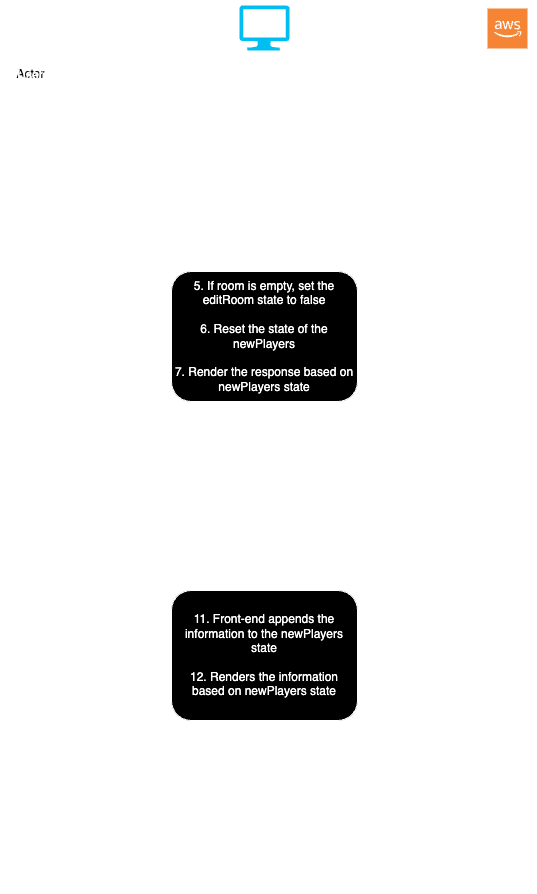
Earlier version of the draw.io export createNewRoomFlow.png (mattboentoro/ThisOrThatDocumentation). Source tidied: cells renumbered, new cells last; positions are measured from the earlier drawing's top-left corner, leaving out a move shared by most shapes.
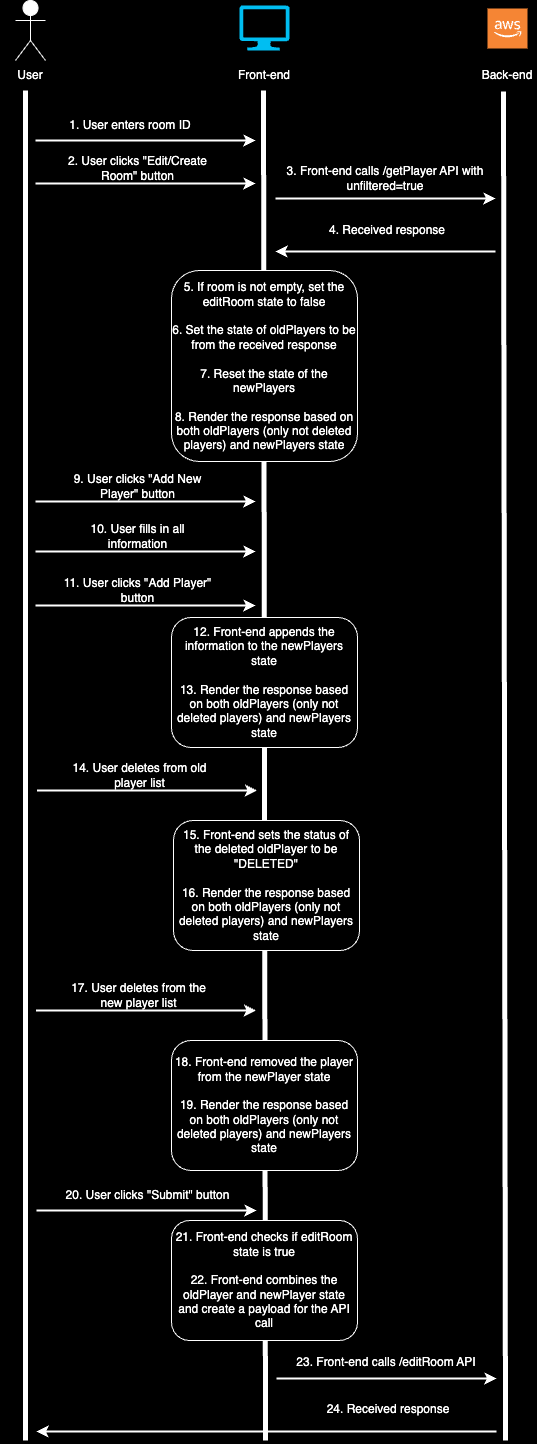
Later version of the same file.

The edit, as a diff of the source:
```diff
@@ -1,22 +1,22 @@
-<mxGraphModel>
+<mxGraphModel background="#000000">
   <root>
     <mxCell id="0" />
     <mxCell id="1" parent="0" />
     <mxCell id="2" style="endArrow=none;html=1;rounded=0;strokeColor=#FFFFFF;strokeWidth=5;" parent="1" edge="1">
       <mxGeometry relative="1" as="geometry">
-        <mxPoint x="25" y="890" as="sourcePoint" />
+        <mxPoint x="25" y="1440" as="sourcePoint" />
         <mxPoint x="25" y="90" as="targetPoint" />
       </mxGeometry>
     </mxCell>
     <mxCell id="3" style="endArrow=none;html=1;rounded=0;strokeColor=#FFFFFF;strokeWidth=5;" parent="1" edge="1">
       <mxGeometry relative="1" as="geometry">
-        <mxPoint x="265" y="890" as="sourcePoint" />
+        <mxPoint x="265" y="1440" as="sourcePoint" />
         <mxPoint x="263" y="90" as="targetPoint" />
       </mxGeometry>
     </mxCell>
     <mxCell id="4" style="endArrow=none;html=1;rounded=0;strokeColor=#FFFFFF;strokeWidth=5;" parent="1" edge="1">
       <mxGeometry relative="1" as="geometry">
-        <mxPoint x="505" y="890" as="sourcePoint" />
+        <mxPoint x="505" y="1440" as="sourcePoint" />
         <mxPoint x="503" y="91" as="targetPoint" />
       </mxGeometry>
     </mxCell>
@@ -65,35 +65,35 @@
     <mxCell id="16" value="&lt;font color=&quot;#ffffff&quot;&gt;4. Received response&lt;/font&gt;" style="text;strokeColor=none;align=center;fillColor=none;html=1;verticalAlign=middle;whiteSpace=wrap;rounded=0;" parent="1" vertex="1">
       <mxGeometry x="287" y="215" width="200" height="30" as="geometry" />
     </mxCell>
-    <mxCell id="17" value="&lt;font color=&quot;#ffffff&quot;&gt;5. If room is empty, set the editRoom state to false&lt;/font&gt;&lt;div&gt;&lt;font color=&quot;#ffffff&quot;&gt;&lt;br&gt;&lt;/font&gt;&lt;/div&gt;&lt;div&gt;&lt;font color=&quot;#ffffff&quot;&gt;6. Reset the state of the newPlayers&lt;br&gt;&lt;/font&gt;&lt;div&gt;&lt;font color=&quot;#ffffff&quot;&gt;&lt;br&gt;&lt;/font&gt;&lt;/div&gt;&lt;div&gt;&lt;font color=&quot;#ffffff&quot;&gt;7. Render the response based on newPlayers state&lt;/font&gt;&lt;/div&gt;&lt;/div&gt;" style="rounded=1;whiteSpace=wrap;html=1;perimeterSpacing=4;strokeColor=#FFFFFF;fillColor=#000000;" parent="1" vertex="1">
-      <mxGeometry x="171" y="271" width="186" height="130" as="geometry" />
+    <mxCell id="17" value="&lt;font color=&quot;#ffffff&quot;&gt;5. If room is not empty, set the editRoom state to false&lt;/font&gt;&lt;div&gt;&lt;font color=&quot;#ffffff&quot;&gt;&lt;br&gt;&lt;/font&gt;&lt;/div&gt;&lt;div&gt;&lt;font color=&quot;#ffffff&quot;&gt;6. Set the state of oldPlayers to be from the received response&lt;br&gt;&lt;/font&gt;&lt;div&gt;&lt;font color=&quot;#ffffff&quot;&gt;&lt;br&gt;&lt;/font&gt;&lt;/div&gt;&lt;div&gt;&lt;font color=&quot;#ffffff&quot;&gt;7. Reset the state of the newPlayers&lt;br&gt;&lt;/font&gt;&lt;div&gt;&lt;font color=&quot;#ffffff&quot;&gt;&lt;br&gt;&lt;/font&gt;&lt;/div&gt;&lt;div&gt;&lt;font color=&quot;#ffffff&quot;&gt;8. Render the response based on both oldPlayers (only not deleted players) and newPlayers state&lt;/font&gt;&lt;/div&gt;&lt;/div&gt;&lt;/div&gt;" style="rounded=1;whiteSpace=wrap;html=1;perimeterSpacing=4;strokeColor=#FFFFFF;fillColor=#000000;" parent="1" vertex="1">
+      <mxGeometry x="171" y="270" width="186" height="191" as="geometry" />
     </mxCell>
     <mxCell id="18" style="endArrow=classic;html=1;rounded=0;strokeColor=#FFFFFF;strokeWidth=2;" parent="1" edge="1">
       <mxGeometry relative="1" as="geometry">
-        <mxPoint x="35" y="446" as="sourcePoint" />
-        <mxPoint x="255" y="446" as="targetPoint" />
+        <mxPoint x="35" y="501" as="sourcePoint" />
+        <mxPoint x="255" y="501" as="targetPoint" />
       </mxGeometry>
     </mxCell>
-    <mxCell id="19" value="&lt;font color=&quot;#ffffff&quot;&gt;8. User clicks &quot;Add New Player&quot; button&lt;/font&gt;" style="text;strokeColor=none;align=center;fillColor=none;html=1;verticalAlign=middle;whiteSpace=wrap;rounded=0;" parent="1" vertex="1">
-      <mxGeometry x="60" y="416" width="155" height="30" as="geometry" />
+    <mxCell id="19" value="&lt;font color=&quot;#ffffff&quot;&gt;9. User clicks &quot;Add New Player&quot; button&lt;/font&gt;" style="text;strokeColor=none;align=center;fillColor=none;html=1;verticalAlign=middle;whiteSpace=wrap;rounded=0;" parent="1" vertex="1">
+      <mxGeometry x="60" y="471" width="155" height="30" as="geometry" />
     </mxCell>
     <mxCell id="20" style="endArrow=classic;html=1;rounded=0;strokeColor=#FFFFFF;strokeWidth=2;" parent="1" edge="1">
       <mxGeometry relative="1" as="geometry">
-        <mxPoint x="275" y="811" as="sourcePoint" />
-        <mxPoint x="495" y="811" as="targetPoint" />
+        <mxPoint x="276" y="1378" as="sourcePoint" />
+        <mxPoint x="496" y="1378" as="targetPoint" />
       </mxGeometry>
     </mxCell>
-    <mxCell id="21" value="&lt;font color=&quot;#ffffff&quot;&gt;14. Front-end calls /createRoom API&lt;/font&gt;" style="text;strokeColor=none;align=center;fillColor=none;html=1;verticalAlign=middle;whiteSpace=wrap;rounded=0;" parent="1" vertex="1">
-      <mxGeometry x="285" y="780" width="200" height="30" as="geometry" />
+    <mxCell id="21" value="&lt;font color=&quot;#ffffff&quot;&gt;23. Front-end calls /editRoom API&lt;/font&gt;" style="text;strokeColor=none;align=center;fillColor=none;html=1;verticalAlign=middle;whiteSpace=wrap;rounded=0;" parent="1" vertex="1">
+      <mxGeometry x="286" y="1347" width="200" height="30" as="geometry" />
     </mxCell>
     <mxCell id="22" style="endArrow=classic;html=1;rounded=0;strokeColor=#FFFFFF;strokeWidth=2;" parent="1" edge="1">
       <mxGeometry relative="1" as="geometry">
-        <mxPoint x="495" y="864" as="sourcePoint" />
-        <mxPoint x="35" y="864" as="targetPoint" />
+        <mxPoint x="496" y="1431" as="sourcePoint" />
+        <mxPoint x="36" y="1431" as="targetPoint" />
       </mxGeometry>
     </mxCell>
-    <mxCell id="23" value="&lt;font color=&quot;#ffffff&quot;&gt;15. Received response&lt;/font&gt;" style="text;strokeColor=none;align=center;fillColor=none;html=1;verticalAlign=middle;whiteSpace=wrap;rounded=0;" parent="1" vertex="1">
-      <mxGeometry x="287" y="827" width="200" height="30" as="geometry" />
+    <mxCell id="23" value="&lt;font color=&quot;#ffffff&quot;&gt;24. Received response&lt;/font&gt;" style="text;strokeColor=none;align=center;fillColor=none;html=1;verticalAlign=middle;whiteSpace=wrap;rounded=0;" parent="1" vertex="1">
+      <mxGeometry x="288" y="1394" width="200" height="30" as="geometry" />
     </mxCell>
     <mxCell id="24" style="endArrow=classic;html=1;rounded=0;strokeColor=#FFFFFF;strokeWidth=2;" parent="1" edge="1">
       <mxGeometry relative="1" as="geometry">
@@ -106,33 +106,60 @@
     </mxCell>
     <mxCell id="26" style="endArrow=classic;html=1;rounded=0;strokeColor=#FFFFFF;strokeWidth=2;" parent="1" edge="1">
       <mxGeometry relative="1" as="geometry">
-        <mxPoint x="35" y="496" as="sourcePoint" />
-        <mxPoint x="255" y="496" as="targetPoint" />
+        <mxPoint x="35" y="551" as="sourcePoint" />
+        <mxPoint x="255" y="551" as="targetPoint" />
       </mxGeometry>
     </mxCell>
-    <mxCell id="27" value="&lt;font color=&quot;#ffffff&quot;&gt;9. User fills in all information&lt;/font&gt;" style="text;strokeColor=none;align=center;fillColor=none;html=1;verticalAlign=middle;whiteSpace=wrap;rounded=0;" parent="1" vertex="1">
-      <mxGeometry x="60" y="466" width="155" height="30" as="geometry" />
+    <mxCell id="27" value="&lt;font color=&quot;#ffffff&quot;&gt;10. User fills in all information&lt;/font&gt;" style="text;strokeColor=none;align=center;fillColor=none;html=1;verticalAlign=middle;whiteSpace=wrap;rounded=0;" parent="1" vertex="1">
+      <mxGeometry x="60" y="521" width="155" height="30" as="geometry" />
     </mxCell>
     <mxCell id="28" style="endArrow=classic;html=1;rounded=0;strokeColor=#FFFFFF;strokeWidth=2;" parent="1" edge="1">
       <mxGeometry relative="1" as="geometry">
-        <mxPoint x="35" y="550" as="sourcePoint" />
-        <mxPoint x="255" y="550" as="targetPoint" />
+        <mxPoint x="35" y="605" as="sourcePoint" />
+        <mxPoint x="255" y="605" as="targetPoint" />
       </mxGeometry>
     </mxCell>
-    <mxCell id="29" value="&lt;font color=&quot;#ffffff&quot;&gt;10. User clicks &quot;Add Player&quot; button&lt;/font&gt;" style="text;strokeColor=none;align=center;fillColor=none;html=1;verticalAlign=middle;whiteSpace=wrap;rounded=0;" parent="1" vertex="1">
-      <mxGeometry x="60" y="520" width="155" height="30" as="geometry" />
+    <mxCell id="29" value="&lt;font color=&quot;#ffffff&quot;&gt;11. User clicks &quot;Add Player&quot; button&lt;/font&gt;" style="text;strokeColor=none;align=center;fillColor=none;html=1;verticalAlign=middle;whiteSpace=wrap;rounded=0;" parent="1" vertex="1">
+      <mxGeometry x="60" y="575" width="155" height="30" as="geometry" />
     </mxCell>
-    <mxCell id="30" value="&lt;font color=&quot;#ffffff&quot;&gt;11. Front-end appends the information to the newPlayers state&lt;/font&gt;&lt;div&gt;&lt;font color=&quot;#ffffff&quot;&gt;&lt;br&gt;&lt;/font&gt;&lt;/div&gt;&lt;div&gt;&lt;font color=&quot;#ffffff&quot;&gt;12. Renders the information based on newPlayers state&lt;/font&gt;&lt;/div&gt;" style="rounded=1;whiteSpace=wrap;html=1;perimeterSpacing=4;strokeColor=#FFFFFF;fillColor=#000000;" parent="1" vertex="1">
-      <mxGeometry x="171" y="590" width="186" height="130" as="geometry" />
+    <mxCell id="30" value="&lt;font color=&quot;#ffffff&quot;&gt;12. Front-end appends the information to the newPlayers state&lt;/font&gt;&lt;div&gt;&lt;font color=&quot;#ffffff&quot;&gt;&lt;br&gt;&lt;/font&gt;&lt;/div&gt;&lt;div&gt;&lt;font color=&quot;#ffffff&quot;&gt;13.&amp;nbsp;&lt;/font&gt;&lt;span style=&quot;color: rgb(255, 255, 255); background-color: initial;&quot;&gt;Render the response based on both oldPlayers (only not deleted players) and newPlayers state&lt;/span&gt;&lt;/div&gt;" style="rounded=1;whiteSpace=wrap;html=1;perimeterSpacing=4;strokeColor=#FFFFFF;fillColor=#000000;" parent="1" vertex="1">
+      <mxGeometry x="171" y="617" width="186" height="130" as="geometry" />
     </mxCell>
     <mxCell id="31" style="endArrow=classic;html=1;rounded=0;strokeColor=#FFFFFF;strokeWidth=2;" parent="1" edge="1">
       <mxGeometry relative="1" as="geometry">
-        <mxPoint x="35" y="780" as="sourcePoint" />
-        <mxPoint x="255" y="780" as="targetPoint" />
+        <mxPoint x="36" y="1210" as="sourcePoint" />
+        <mxPoint x="256" y="1210" as="targetPoint" />
       </mxGeometry>
     </mxCell>
-    <mxCell id="32" value="&lt;font color=&quot;#ffffff&quot;&gt;13. User clicks &quot;Submit&quot; button&lt;/font&gt;" style="text;strokeColor=none;align=center;fillColor=none;html=1;verticalAlign=middle;whiteSpace=wrap;rounded=0;" parent="1" vertex="1">
-      <mxGeometry x="54" y="750" width="185" height="30" as="geometry" />
+    <mxCell id="32" value="&lt;font color=&quot;#ffffff&quot;&gt;20. User clicks &quot;Submit&quot; button&lt;/font&gt;" style="text;strokeColor=none;align=center;fillColor=none;html=1;verticalAlign=middle;whiteSpace=wrap;rounded=0;" parent="1" vertex="1">
+      <mxGeometry x="55" y="1180" width="185" height="30" as="geometry" />
     </mxCell>
+    <mxCell id="33" style="endArrow=classic;html=1;rounded=0;strokeColor=#FFFFFF;strokeWidth=2;" parent="1" edge="1">
+      <mxGeometry relative="1" as="geometry">
+        <mxPoint x="36.5" y="790" as="sourcePoint" />
+        <mxPoint x="256.5" y="790" as="targetPoint" />
+      </mxGeometry>
+    </mxCell>
+    <mxCell id="34" value="&lt;font color=&quot;#ffffff&quot;&gt;14. User deletes from old player list&lt;/font&gt;" style="text;strokeColor=none;align=center;fillColor=none;html=1;verticalAlign=middle;whiteSpace=wrap;rounded=0;" parent="1" vertex="1">
+      <mxGeometry x="61.5" y="760" width="155" height="30" as="geometry" />
+    </mxCell>
+    <mxCell id="35" value="&lt;font color=&quot;#ffffff&quot;&gt;15. Front-end sets the status of the deleted oldPlayer to be &quot;DELETED&quot;&lt;/font&gt;&lt;div&gt;&lt;font color=&quot;#ffffff&quot;&gt;&lt;br&gt;&lt;/font&gt;&lt;/div&gt;&lt;div&gt;&lt;font color=&quot;#ffffff&quot;&gt;16.&amp;nbsp;&lt;/font&gt;&lt;span style=&quot;color: rgb(255, 255, 255); background-color: initial;&quot;&gt;Render the response based on both oldPlayers (only not deleted players) and newPlayers state&lt;/span&gt;&lt;/div&gt;" style="rounded=1;whiteSpace=wrap;html=1;perimeterSpacing=4;strokeColor=#FFFFFF;fillColor=#000000;" parent="1" vertex="1">
+      <mxGeometry x="173" y="820" width="186" height="130" as="geometry" />
+    </mxCell>
+    <mxCell id="36" style="endArrow=classic;html=1;rounded=0;strokeColor=#FFFFFF;strokeWidth=2;" parent="1" edge="1">
+      <mxGeometry relative="1" as="geometry">
+        <mxPoint x="35.5" y="1010" as="sourcePoint" />
+        <mxPoint x="255.5" y="1010" as="targetPoint" />
+      </mxGeometry>
+    </mxCell>
+    <mxCell id="37" value="&lt;font color=&quot;#ffffff&quot;&gt;17. User deletes from the new player list&lt;/font&gt;" style="text;strokeColor=none;align=center;fillColor=none;html=1;verticalAlign=middle;whiteSpace=wrap;rounded=0;" parent="1" vertex="1">
+      <mxGeometry x="60.5" y="980" width="155" height="30" as="geometry" />
+    </mxCell>
+    <mxCell id="38" value="&lt;font color=&quot;#ffffff&quot;&gt;18. Front-end removed the player from the newPlayer state&lt;/font&gt;&lt;div&gt;&lt;font color=&quot;#ffffff&quot;&gt;&lt;br&gt;&lt;/font&gt;&lt;/div&gt;&lt;div&gt;&lt;font color=&quot;#ffffff&quot;&gt;19.&amp;nbsp;&lt;/font&gt;&lt;span style=&quot;color: rgb(255, 255, 255); background-color: initial;&quot;&gt;Render the response based on both oldPlayers (only not deleted players) and newPlayers state&lt;/span&gt;&lt;/div&gt;" style="rounded=1;whiteSpace=wrap;html=1;perimeterSpacing=4;strokeColor=#FFFFFF;fillColor=#000000;" parent="1" vertex="1">
+      <mxGeometry x="171" y="1040" width="186" height="130" as="geometry" />
+    </mxCell>
+    <mxCell id="39" value="&lt;font color=&quot;#ffffff&quot;&gt;21. Front-end checks if editRoom state is true&lt;/font&gt;&lt;div&gt;&lt;font color=&quot;#ffffff&quot;&gt;&lt;br&gt;&lt;/font&gt;&lt;/div&gt;&lt;div&gt;&lt;font color=&quot;#ffffff&quot;&gt;22. Front-end combines the oldPlayer and newPlayer state and create a payload for the API call&lt;/font&gt;&lt;/div&gt;" style="rounded=1;whiteSpace=wrap;html=1;perimeterSpacing=4;strokeColor=#FFFFFF;fillColor=#000000;" parent="1" vertex="1">
+      <mxGeometry x="171" y="1220" width="186" height="120" as="geometry" />
+    </mxCell>
   </root>
 </mxGraphModel>
```
